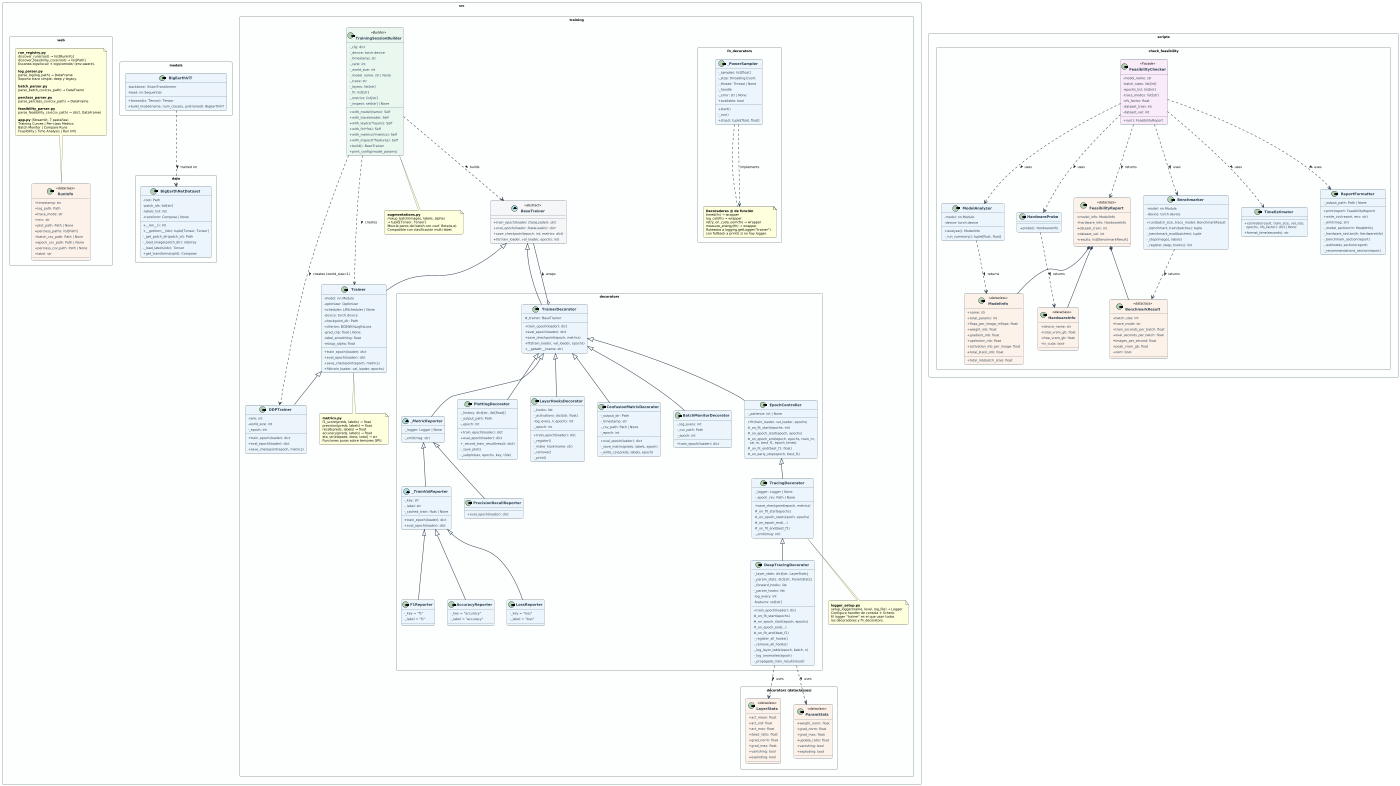
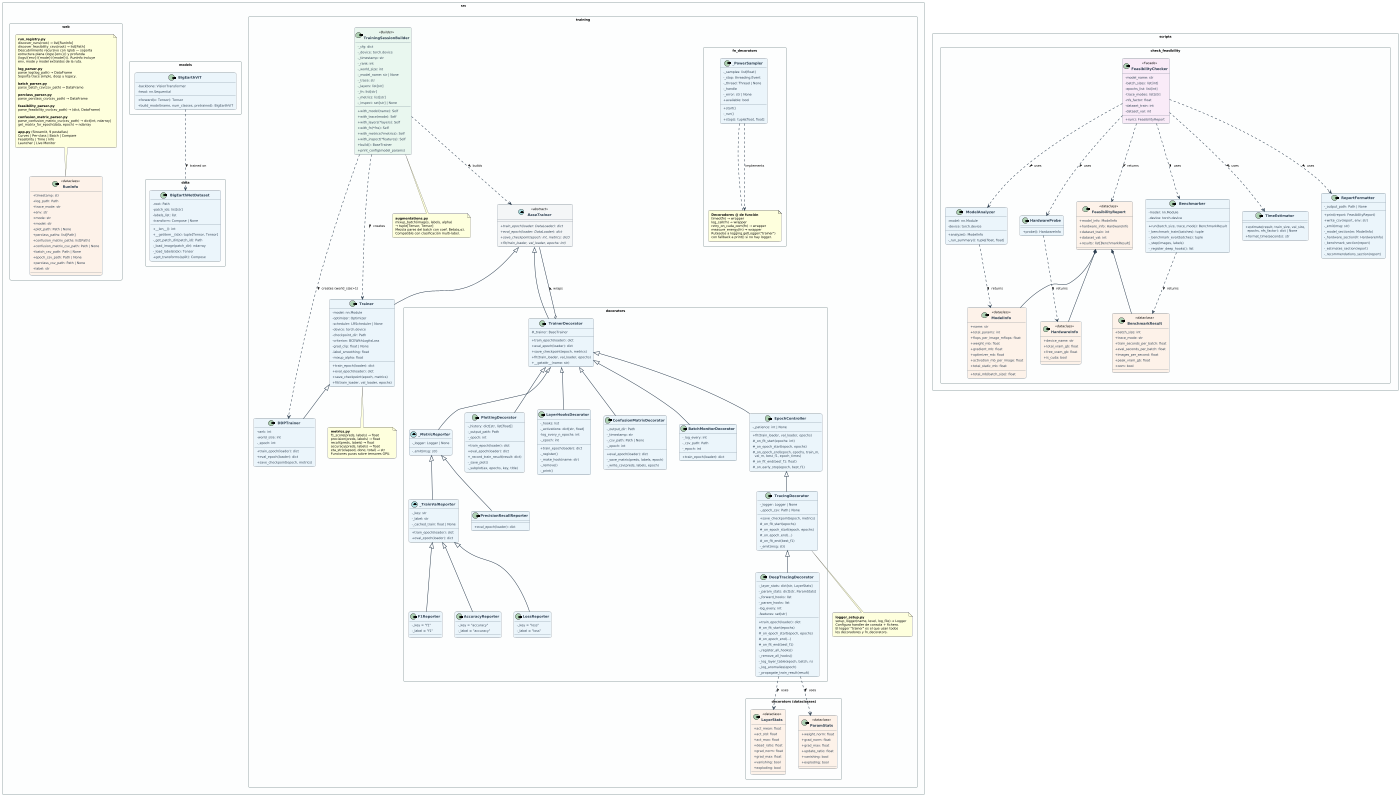
@startuml class_diagram
scale 1400 width
skinparam monochrome false
skinparam classAttributeIconSize 0
skinparam defaultFontName "DejaVu Sans"
skinparam defaultFontSize 10
skinparam classFontStyle bold
skinparam classFontSize 11
skinparam classHeaderBackgroundColor #1A5276
skinparam classBorderColor #2C3E50
skinparam classBackgroundColor #EBF5FB
skinparam arrowColor #2C3E50
skinparam arrowThickness 1.5
skinparam roundCorner 8
skinparam padding 3
skinparam nodesep 40
skinparam ranksep 50
skinparam packageStyle rectangle
skinparam packageBorderColor #95A5A6
skinparam packageBackgroundColor #FDFEFE

' ════════════════════════════════════════════════════════════════
' PACKAGE: src.training
' ════════════════════════════════════════════════════════════════
package "src.training" #FDFEFE {

  abstract class BaseTrainer <<abstract>> {
    {abstract} + train_epoch(loader: DataLoader): dict
    {abstract} + eval_epoch(loader: DataLoader): dict
    {abstract} + save_checkpoint(epoch: int, metrics: dict)
    {abstract} + fit(train_loader, val_loader, epochs: int)
  }

  class Trainer {
    - model: nn.Module
    - optimizer: Optimizer
    - scheduler: LRScheduler | None
    - device: torch.device
    - checkpoint_dir: Path
    - criterion: BCEWithLogitsLoss
    - grad_clip: float | None
    - label_smoothing: float
    - mixup_alpha: float
    + train_epoch(loader): dict
    + eval_epoch(loader): dict
    + save_checkpoint(epoch, metrics)
    + fit(train_loader, val_loader, epochs)
  }

  class DDPTrainer {
    - rank: int
    - world_size: int
    - _epoch: int
    + train_epoch(loader): dict
    + eval_epoch(loader): dict
    + save_checkpoint(epoch, metrics)
  }

  class TrainingSessionBuilder <<Builder>> {
    - _cfg: dict
    - _device: torch.device
    - _timestamp: str
    - _rank: int
    - _world_size: int
    - _model_name: str | None
    - _trace: str
    - _layers: list[str]
    - _fn: list[str]
    - _metrics: list[str]
    - _inspect: set[str] | None
    + with_model(name): Self
    + with_trace(mode): Self
    + with_layers(*layers): Self
    + with_fn(*fns): Self
    + with_metrics(*metrics): Self
    + with_inspect(*features): Self
    + build(): BaseTrainer
    + print_config(model_params)
  }

  note as aug_note
    **augmentations.py**
    mixup_batch(images, labels, alpha)
    → tuple[Tensor, Tensor]
    Mezcla pares del batch con coef. Beta(α,α).
    Compatible con clasificación multi-label.
  end note

  note as metrics_note
    **metrics.py**
    f1_score(preds, labels) → float
    precision(preds, labels) → float
    recall(preds, labels) → float
    accuracy(preds, labels) → float
    eta_str(elapsed, done, total) → str
    Funciones puras sobre tensores GPU.
  end note

  note as logger_note
    **logger_setup.py**
    setup_logger(name, level, log_file) → Logger
    Configura handler de consola + fichero.
    El logger "trainer" es el que usan todos
    los decoradores y fn_decorators.
  end note

}

' ════════════════════════════════════════════════════════════════
' PACKAGE: src.training.decorators
' ════════════════════════════════════════════════════════════════
package "src.training.decorators" #FDFEFE {

  ' ── Base decorator ─────────────────────────────────────────
  class TrainerDecorator {
    # _trainer: BaseTrainer
    + train_epoch(loader): dict
    + eval_epoch(loader): dict
    + save_checkpoint(epoch, metrics)
    + fit(train_loader, val_loader, epochs)
    + __getattr__(name: str)
  }

  ' ── Template Method controller ─────────────────────────────
  class EpochController {
    - _patience: int | None
    + fit(train_loader, val_loader, epochs)
    # _on_fit_start(epochs: int)
    # _on_epoch_start(epoch, epochs)
    # _on_epoch_end(epoch, epochs, train_m,\n  val_m, best_f1, epoch_times)
    # _on_fit_end(best_f1: float)
    # _on_early_stop(epoch, best_f1)
  }

  ' ── Controllers ────────────────────────────────────────────
  class TracingDecorator {
    - _logger: Logger | None
    - _epoch_csv: Path | None
    + save_checkpoint(epoch, metrics)
    # _on_fit_start(epochs)
    # _on_epoch_start(epoch, epochs)
    # _on_epoch_end(...)
    # _on_fit_end(best_f1)
    - _emit(msg: str)
  }

  class DeepTracingDecorator {
    - _layer_stats: dict[str, LayerStats]
    - _param_stats: dict[str, ParamStats]
    - _forward_hooks: list
    - _param_hooks: list
    - log_every: int
    - features: set[str]
    + train_epoch(loader): dict
    # _on_fit_start(epochs)
    # _on_epoch_start(epoch, epochs)
    # _on_epoch_end(...)
    # _on_fit_end(best_f1)
    - _register_all_hooks()
    - _remove_all_hooks()
    - _log_layer_table(epoch, batch, n)
    - _log_anomalies(epoch)
    - _propagate_train_result(result)
  }

  ' ── Aspect decorators ──────────────────────────────────────
  class PlottingDecorator {
    - _history: dict[str, list[float]]
    - _output_path: Path
    - _epoch: int
    + train_epoch(loader): dict
    + eval_epoch(loader): dict
    + _record_train_result(result: dict)
    - _save_plot()
    - _subplot(ax, epochs, key, title)
  }

  class LayerHooksDecorator {
    - _hooks: list
    - _activations: dict[str, float]
    - log_every_n_epochs: int
    - _epoch: int
    + train_epoch(loader): dict
    - _register()
    - _make_hook(name: str)
    - _remove()
    - _print()
  }

  class ConfusionMatrixDecorator {
    - _output_dir: Path
    - _timestamp: str
    - _csv_path: Path | None
    - _epoch: int
    + eval_epoch(loader): dict
    - _save_matrix(preds, labels, epoch)
    - _write_csv(preds, labels, epoch)
  }

  class BatchMonitorDecorator {
    - _log_every: int
    - _csv_path: Path
    - _epoch: int
    + train_epoch(loader): dict
  }

  ' ── Metric reporters ───────────────────────────────────────
  abstract class _MetricReporter {
    - _logger: Logger | None
    - _emit(msg: str)
  }

  abstract class _TrainValReporter {
    - _key: str
    - _label: str
    - _cached_train: float | None
    + train_epoch(loader): dict
    + eval_epoch(loader): dict
  }

  class LossReporter {
    - _key = "loss"
    - _label = "loss"
  }

  class F1Reporter {
    - _key = "f1"
    - _label = "f1"
  }

  class AccuracyReporter {
    - _key = "accuracy"
    - _label = "accuracy"
  }

  class PrecisionRecallReporter {
    + eval_epoch(loader): dict
  }

}

' ════════════════════════════════════════════════════════════════
' PACKAGE: src.training.decorators — dataclasses internas
' ════════════════════════════════════════════════════════════════
package "src.training.decorators (dataclasses)" #FDFEFE {

  class LayerStats <<dataclass>> {
    + act_mean: float
    + act_std: float
    + act_max: float
    + dead_ratio: float
    + grad_norm: float
    + grad_max: float
    + vanishing: bool
    + exploding: bool
  }

  class ParamStats <<dataclass>> {
    + weight_norm: float
    + grad_norm: float
    + grad_max: float
    + update_ratio: float
    + vanishing: bool
    + exploding: bool
  }

}

' ════════════════════════════════════════════════════════════════
' PACKAGE: src.training (fn_decorators)
' ════════════════════════════════════════════════════════════════
package "src.training.fn_decorators" #FDFEFE {

  class _PowerSampler {
    - _samples: list[float]
    - _stop: threading.Event
    - _thread: Thread | None
    - _handle
    - _error: str | None
    + available: bool
    + start()
    - _run()
    + stop(): tuple[float, float]
  }

  note as fn_note
    **Decoradores @ de función**
    timed(fn) → wrapper
    log_call(fn) → wrapper
    retry_on_cuda_oom(fn) → wrapper
    measure_energy(fn) → wrapper
    Ruteados a logging.getLogger("trainer")
    con fallback a print() si no hay logger.
  end note

  _PowerSampler .. fn_note

}

' ════════════════════════════════════════════════════════════════
' PACKAGE: src.models
' ════════════════════════════════════════════════════════════════
package "src.models" #FDFEFE {

  class BigEarthViT {
    - backbone: VisionTransformer
    - head: nn.Sequential
    + forward(x: Tensor): Tensor
    + build_model(name, num_classes, pretrained): BigEarthViT
  }

}

' ════════════════════════════════════════════════════════════════
' PACKAGE: src.data
' ════════════════════════════════════════════════════════════════
package "src.data" #FDFEFE {

  class BigEarthNetDataset {
    - root: Path
    - patch_ids: list[str]
    - labels_list: list
    - transform: Compose | None
    + __len__(): int
    + __getitem__(idx): tuple[Tensor, Tensor]
    - _get_patch_dir(patch_id): Path
    - _load_image(patch_dir): ndarray
    - _load_labels(idx): Tensor
    + get_transforms(split): Compose
  }

}

' ════════════════════════════════════════════════════════════════
' PACKAGE: scripts.check_feasibility
' ════════════════════════════════════════════════════════════════
package "scripts.check_feasibility" #FDFEFE {

  class ModelInfo <<dataclass>> {
    + name: str
    + total_params: int
    + flops_per_image_mflops: float
    + weight_mb: float
    + gradient_mb: float
    + optimizer_mb: float
    + activation_mb_per_image: float
    + total_static_mb: float
    + total_mb(batch_size): float
  }

  class HardwareInfo <<dataclass>> {
    + device_name: str
    + total_vram_gb: float
    + free_vram_gb: float
    + is_cuda: bool
  }

  class BenchmarkResult <<dataclass>> {
    + batch_size: int
    + trace_mode: str
    + train_seconds_per_batch: float
    + eval_seconds_per_batch: float
    + images_per_second: float
    + peak_vram_gb: float
    + oom: bool
  }

  class FeasibilityReport <<dataclass>> {
    + model_info: ModelInfo
    + hardware_info: HardwareInfo
    + dataset_train: int
    + dataset_val: int
    + results: list[BenchmarkResult]
  }

  class ModelAnalyzer {
    - model: nn.Module
    - device: torch.device
    + analyze(): ModelInfo
    - _run_summary(): tuple[float, float]
  }

  class HardwareProbe {
    + probe(): HardwareInfo
  }

  class Benchmarker {
    - model: nn.Module
    - device: torch.device
    + run(batch_size, trace_mode): BenchmarkResult
    - _benchmark_train(batches): tuple
    - _benchmark_eval(batches): tuple
    - _step(images, labels)
    - _register_deep_hooks(): list
  }

  class TimeEstimator {
    + estimate(result, train_size, val_size,\n  epochs, nfs_factor): dict | None
    + format_time(seconds): str
  }

  class ReportFormatter {
    - _output_path: Path | None
    + print(report: FeasibilityReport)
    + write_csv(report, env: str)
    - _emit(msg: str)
    - _model_section(m: ModelInfo)
    - _hardware_section(h: HardwareInfo)
    - _benchmark_section(report)
    - _estimates_section(report)
    - _recommendations_section(report)
  }

  class FeasibilityChecker <<Facade>> {
    - model_name: str
    - batch_sizes: list[int]
    - epochs_list: list[int]
    - trace_modes: list[str]
    - nfs_factor: float
    - dataset_train: int
    - dataset_val: int
    + run(): FeasibilityReport
  }

}

' ════════════════════════════════════════════════════════════════
' PACKAGE: src.web
' ════════════════════════════════════════════════════════════════
package "src.web" #FDFEFE {

  class RunInfo <<dataclass>> {
    + timestamp: str
    + log_path: Path
    + trace_mode: str
    + env: str
+     + mode: str
+     + model: str
    + plot_path: Path | None
    + perclass_paths: list[Path]
+     + confusion_matrix_paths: list[Path]
+     + confusion_matrix_csv_path: Path | None
    + batch_csv_path: Path | None
    + epoch_csv_path: Path | None
    + perclass_csv_path: Path | None
    + label: str
  }

  note as web_note
    **run_registry.py**
    discover_runs(root) → list[RunInfo]
    discover_feasibility_csvs(root) → list[Path]
-     Escanea logs/local/ + logs/verode/ (env-aware).
+     Descubrimiento recursivo con rglob — soporta
+     estructura plana (logs/{env}/) y profunda
+     (logs/{env}/{mode}/{model}/). RunInfo incluye
+     env, mode y model extraídos de la ruta.

    **log_parser.py**
    parse_log(log_path) → DataFrame
    Soporta trace simple, deep y legacy.

    **batch_parser.py**
    parse_batch_csv(csv_path) → DataFrame

    **perclass_parser.py**
    parse_perclass_csv(csv_path) → DataFrame

    **feasibility_parser.py**
    parse_feasibility_csv(csv_path) → (dict, DataFrame)

-     **app.py** (Streamlit, 7 pestañas)
-     Training Curves | Per-class Metrics
-     Batch Monitor | Compare Runs
-     Feasibility | Time Analysis | Run Info
+     **confusion_matrix_parser.py**
+     parse_confusion_matrix_csv(csv_path) → dict[int, ndarray]
+     get_matrix_for_epoch(data, epoch) → ndarray
+ 
+     **app.py** (Streamlit, 9 pestañas)
+     Curves | Per-class | Batch | Compare
+     Feasibility | Time | Info
+     Launcher | Live Monitor
  end note

}

' ════════════════════════════════════════════════════════════════
' RELACIONES DE HERENCIA
' ════════════════════════════════════════════════════════════════

BaseTrainer <|-- Trainer
Trainer <|-- DDPTrainer
BaseTrainer <|-- TrainerDecorator

TrainerDecorator <|-- EpochController
TrainerDecorator <|-- PlottingDecorator
TrainerDecorator <|-- LayerHooksDecorator
TrainerDecorator <|-- ConfusionMatrixDecorator
TrainerDecorator <|-- BatchMonitorDecorator
TrainerDecorator <|-- _MetricReporter

EpochController <|-- TracingDecorator
TracingDecorator <|-- DeepTracingDecorator

_MetricReporter <|-- _TrainValReporter
_MetricReporter <|-- PrecisionRecallReporter

_TrainValReporter <|-- LossReporter
_TrainValReporter <|-- F1Reporter
_TrainValReporter <|-- AccuracyReporter

' ════════════════════════════════════════════════════════════════
' RELACIONES DE COMPOSICIÓN / DEPENDENCIA
' ════════════════════════════════════════════════════════════════

TrainerDecorator o-- BaseTrainer : wraps >

TrainingSessionBuilder ..> BaseTrainer : builds >
TrainingSessionBuilder ..> Trainer : creates >
TrainingSessionBuilder ..> DDPTrainer : creates (world_size>1) >
TrainingSessionBuilder ..> aug_note : uses >

DeepTracingDecorator ..> LayerStats : uses >
DeepTracingDecorator ..> ParamStats : uses >

_PowerSampler ..> fn_note : implements

FeasibilityChecker ..> ModelAnalyzer : uses >
FeasibilityChecker ..> HardwareProbe : uses >
FeasibilityChecker ..> Benchmarker : uses >
FeasibilityChecker ..> TimeEstimator : uses >
FeasibilityChecker ..> ReportFormatter : uses >

ModelAnalyzer ..> ModelInfo : returns >
HardwareProbe ..> HardwareInfo : returns >
Benchmarker ..> BenchmarkResult : returns >
FeasibilityChecker ..> FeasibilityReport : returns >

FeasibilityReport *-- ModelInfo
FeasibilityReport *-- HardwareInfo
FeasibilityReport *-- BenchmarkResult

BigEarthViT ..> BigEarthNetDataset : trained on >

Trainer ..> metrics_note : uses >
TracingDecorator ..> logger_note : uses >
web_note ..> RunInfo : creates >

' ════════════════════════════════════════════════════════════════
' ESTILOS POR TIPO
' ════════════════════════════════════════════════════════════════

skinparam class {
  HeaderBackgroundColor #1A5276
  BackgroundColor #EBF5FB
  BorderColor #2C3E50
  FontColor #FFFFFF
  AttributeFontColor #2C3E50
}

skinparam class<<abstract>> {
  HeaderBackgroundColor #1B2631
  BackgroundColor #F4F6F7
}

skinparam class<<dataclass>> {
  HeaderBackgroundColor #6E2F04
  BackgroundColor #FDF2E9
}

skinparam class<<Facade>> {
  HeaderBackgroundColor #512E5F
  BackgroundColor #F9EBF8
}

skinparam class<<Builder>> {
  HeaderBackgroundColor #145A32
  BackgroundColor #E9F7EF
}

' Colores por clase (override manual)
skinparam class {
  BackgroundColor<<TrainerDecorator>> #F5EEF8
  HeaderBackgroundColor<<TrainerDecorator>> #4A235A
}

@enduml
